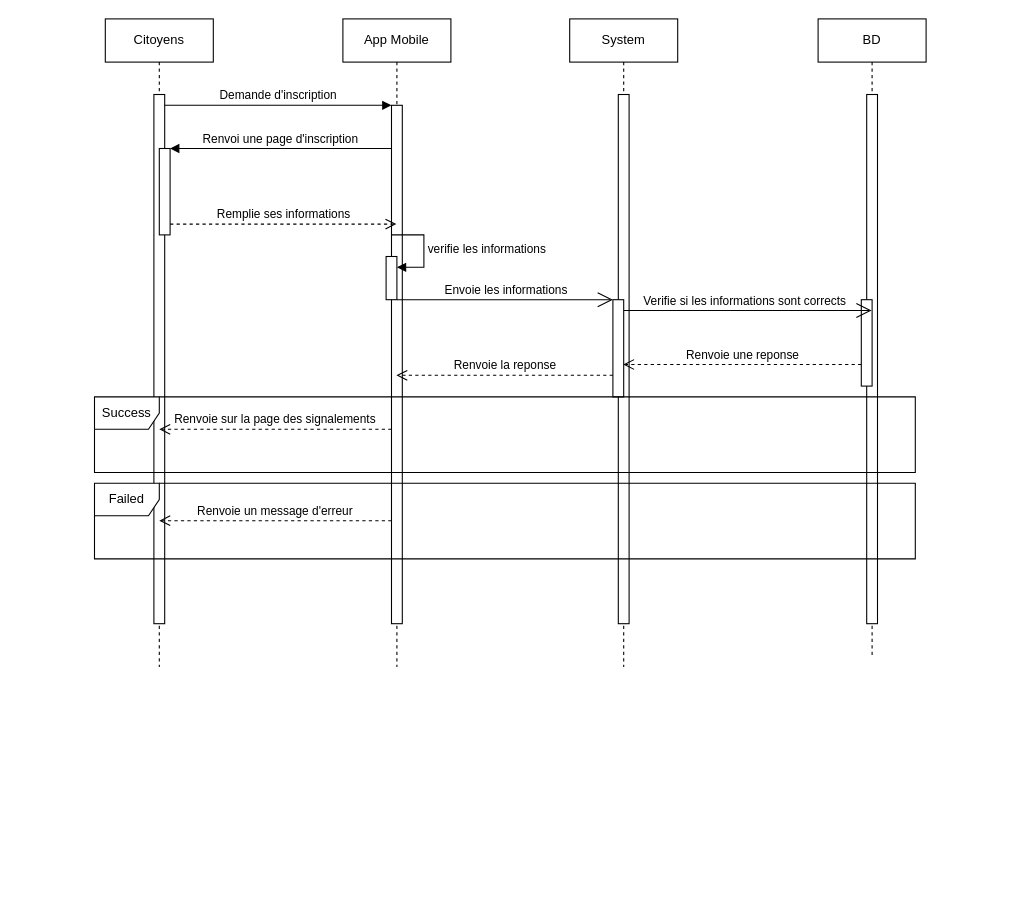
This is diagrams/SmartCtie_DIagramme_Inscription.drawio from VYoungui/SmartCite, a draw.io file, before an edit. Source tidied: cells renumbered, new cells numbered last; positions are measured from the earlier drawing's top-left corner, leaving out a move shared by most shapes. Both pictures are drawn from the tidied source at 108%, with x=0, y=0 at pixel (94, 18).
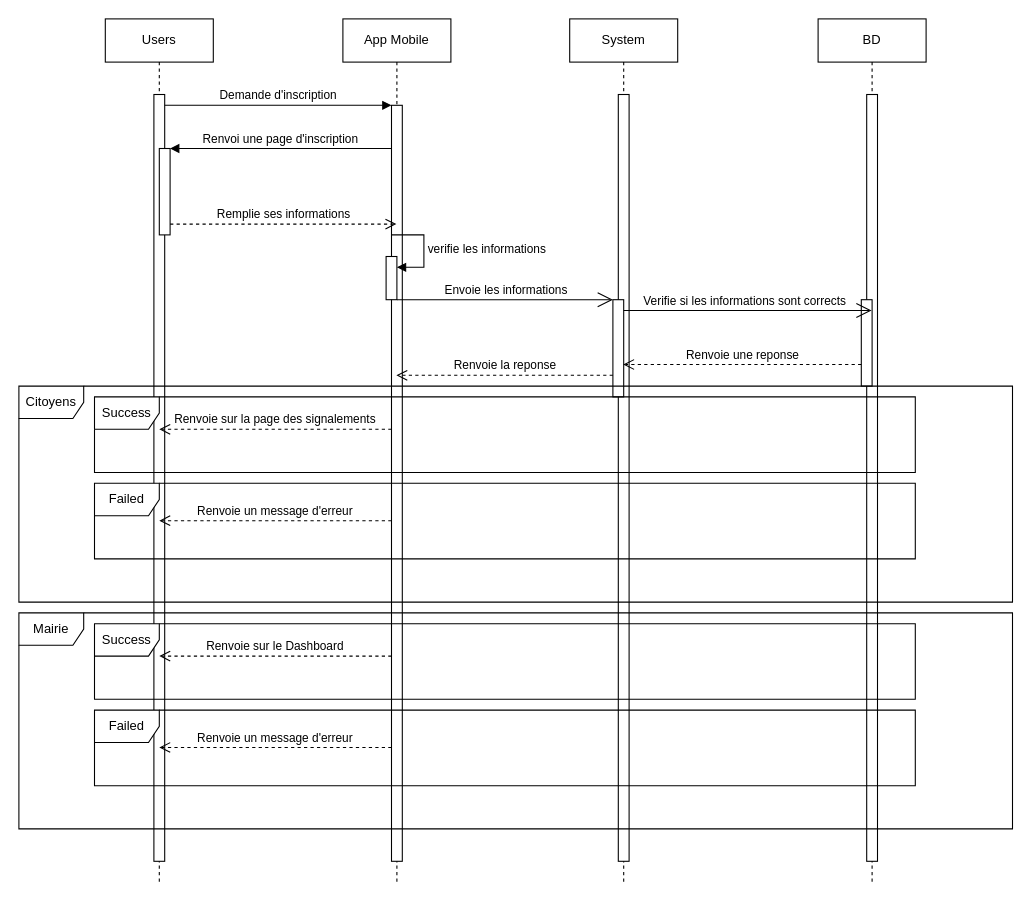
The same page after the edit.

Commit message:
Mettre à jour SmartCtie_DIagramme_Inscription.drawio

Diff of the diagram source:
```diff
@@
-    <mxCell id="2" value="Citoyens" style="shape=umlLifeline;perimeter=lifelinePerimeter;whiteSpace=wrap;html=1;newEdgeStyle={&quot;edgeStyle&quot;:&quot;elbowEdgeStyle&quot;,&quot;elbow&quot;:&quot;vertical&quot;,&quot;curved&quot;:0,&quot;rounded&quot;:0};" parent="1" vertex="1">
-      <mxGeometry x="10" width="100" height="600" as="geometry" />
+    <mxCell id="2" value="Users" style="shape=umlLifeline;perimeter=lifelinePerimeter;whiteSpace=wrap;html=1;newEdgeStyle={&quot;edgeStyle&quot;:&quot;elbowEdgeStyle&quot;,&quot;elbow&quot;:&quot;vertical&quot;,&quot;curved&quot;:0,&quot;rounded&quot;:0};" parent="1" vertex="1">
+      <mxGeometry x="10" width="100" height="800" as="geometry" />
     </mxCell>
     <mxCell id="3" style="html=1;points=[];perimeter=orthogonalPerimeter;outlineConnect=0;targetShapes=umlLifeline;portConstraint=eastwest;newEdgeStyle={&quot;edgeStyle&quot;:&quot;elbowEdgeStyle&quot;,&quot;elbow&quot;:&quot;vertical&quot;,&quot;curved&quot;:0,&quot;rounded&quot;:0};" parent="2" vertex="1">
-      <mxGeometry x="45" y="70" width="10" height="490" as="geometry" />
+      <mxGeometry x="45" y="70" width="10" height="710" as="geometry" />
     </mxCell>
@@
     <mxCell id="5" value="App Mobile" style="shape=umlLifeline;perimeter=lifelinePerimeter;whiteSpace=wrap;html=1;outlineConnect=0;portConstraint=eastwest;newEdgeStyle={&quot;edgeStyle&quot;:&quot;elbowEdgeStyle&quot;,&quot;elbow&quot;:&quot;vertical&quot;,&quot;curved&quot;:0,&quot;rounded&quot;:0};" parent="1" vertex="1">
-      <mxGeometry x="230" width="100" height="600" as="geometry" />
+      <mxGeometry x="230" width="100" height="800" as="geometry" />
     </mxCell>
     <mxCell id="6" style="html=1;points=[];perimeter=orthogonalPerimeter;outlineConnect=0;targetShapes=umlLifeline;portConstraint=eastwest;newEdgeStyle={&quot;edgeStyle&quot;:&quot;elbowEdgeStyle&quot;,&quot;elbow&quot;:&quot;vertical&quot;,&quot;curved&quot;:0,&quot;rounded&quot;:0};" parent="5" vertex="1">
-      <mxGeometry x="45" y="80" width="10" height="480" as="geometry" />
+      <mxGeometry x="45" y="80" width="10" height="700" as="geometry" />
     </mxCell>
@@
     <mxCell id="11" value="System" style="shape=umlLifeline;perimeter=lifelinePerimeter;whiteSpace=wrap;html=1;outlineConnect=0;portConstraint=eastwest;newEdgeStyle={&quot;edgeStyle&quot;:&quot;elbowEdgeStyle&quot;,&quot;elbow&quot;:&quot;vertical&quot;,&quot;curved&quot;:0,&quot;rounded&quot;:0};" parent="1" vertex="1">
-      <mxGeometry x="440" width="100" height="600" as="geometry" />
+      <mxGeometry x="440" width="100" height="800" as="geometry" />
     </mxCell>
     <mxCell id="12" style="html=1;perimeter=orthogonalPerimeter;targetShapes=umlLifeline;newEdgeStyle={&quot;edgeStyle&quot;:&quot;elbowEdgeStyle&quot;,&quot;elbow&quot;:&quot;vertical&quot;,&quot;curved&quot;:0,&quot;rounded&quot;:0};" parent="11" vertex="1">
-      <mxGeometry x="45" y="70" width="10" height="490" as="geometry" />
+      <mxGeometry x="45" y="70" width="10" height="710" as="geometry" />
     </mxCell>
@@
     <mxCell id="14" value="BD" style="shape=umlLifeline;perimeter=lifelinePerimeter;whiteSpace=wrap;html=1;outlineConnect=0;portConstraint=eastwest;newEdgeStyle={&quot;edgeStyle&quot;:&quot;elbowEdgeStyle&quot;,&quot;elbow&quot;:&quot;vertical&quot;,&quot;curved&quot;:0,&quot;rounded&quot;:0};" parent="1" vertex="1">
-      <mxGeometry x="670" width="100" height="590" as="geometry" />
+      <mxGeometry x="670" width="100" height="800" as="geometry" />
     </mxCell>
     <mxCell id="15" style="html=1;perimeter=orthogonalPerimeter;targetShapes=umlLifeline;newEdgeStyle={&quot;edgeStyle&quot;:&quot;elbowEdgeStyle&quot;,&quot;elbow&quot;:&quot;vertical&quot;,&quot;curved&quot;:0,&quot;rounded&quot;:0};" parent="14" vertex="1">
-      <mxGeometry x="45" y="70" width="10" height="490" as="geometry" />
+      <mxGeometry x="45" y="70" width="10" height="710" as="geometry" />
     </mxCell>
@@
+    <mxCell id="28" value="Citoyens" style="shape=umlFrame;whiteSpace=wrap;html=1;" parent="1" vertex="1">
+      <mxGeometry x="-70" y="340" width="920" height="200" as="geometry" />
+    </mxCell>
+    <mxCell id="29" value="Failed" style="shape=umlFrame;whiteSpace=wrap;html=1;" parent="1" vertex="1">
+      <mxGeometry y="640" width="760" height="70" as="geometry" />
+    </mxCell>
+    <mxCell id="30" value="Renvoie sur le Dashboard" style="html=1;verticalAlign=bottom;endArrow=open;dashed=1;endSize=8;curved=0;rounded=0;" parent="1" edge="1">
+      <mxGeometry relative="1" as="geometry">
+        <mxPoint x="275" y="590" as="sourcePoint" />
+        <mxPoint x="60" y="590" as="targetPoint" />
+      </mxGeometry>
+    </mxCell>
+    <mxCell id="31" value="Success" style="shape=umlFrame;whiteSpace=wrap;html=1;" parent="1" vertex="1">
+      <mxGeometry y="560" width="760" height="70" as="geometry" />
+    </mxCell>
+    <mxCell id="32" value="Renvoie un message d'erreur" style="html=1;verticalAlign=bottom;endArrow=open;dashed=1;endSize=8;curved=0;rounded=0;" parent="1" edge="1">
+      <mxGeometry relative="1" as="geometry">
+        <mxPoint x="275" y="674.6" as="sourcePoint" />
+        <mxPoint x="60" y="674.6" as="targetPoint" />
+      </mxGeometry>
+    </mxCell>
+    <mxCell id="33" value="Mairie" style="shape=umlFrame;whiteSpace=wrap;html=1;" parent="1" vertex="1">
+      <mxGeometry x="-70" y="550" width="920" height="200" as="geometry" />
+    </mxCell>
```
